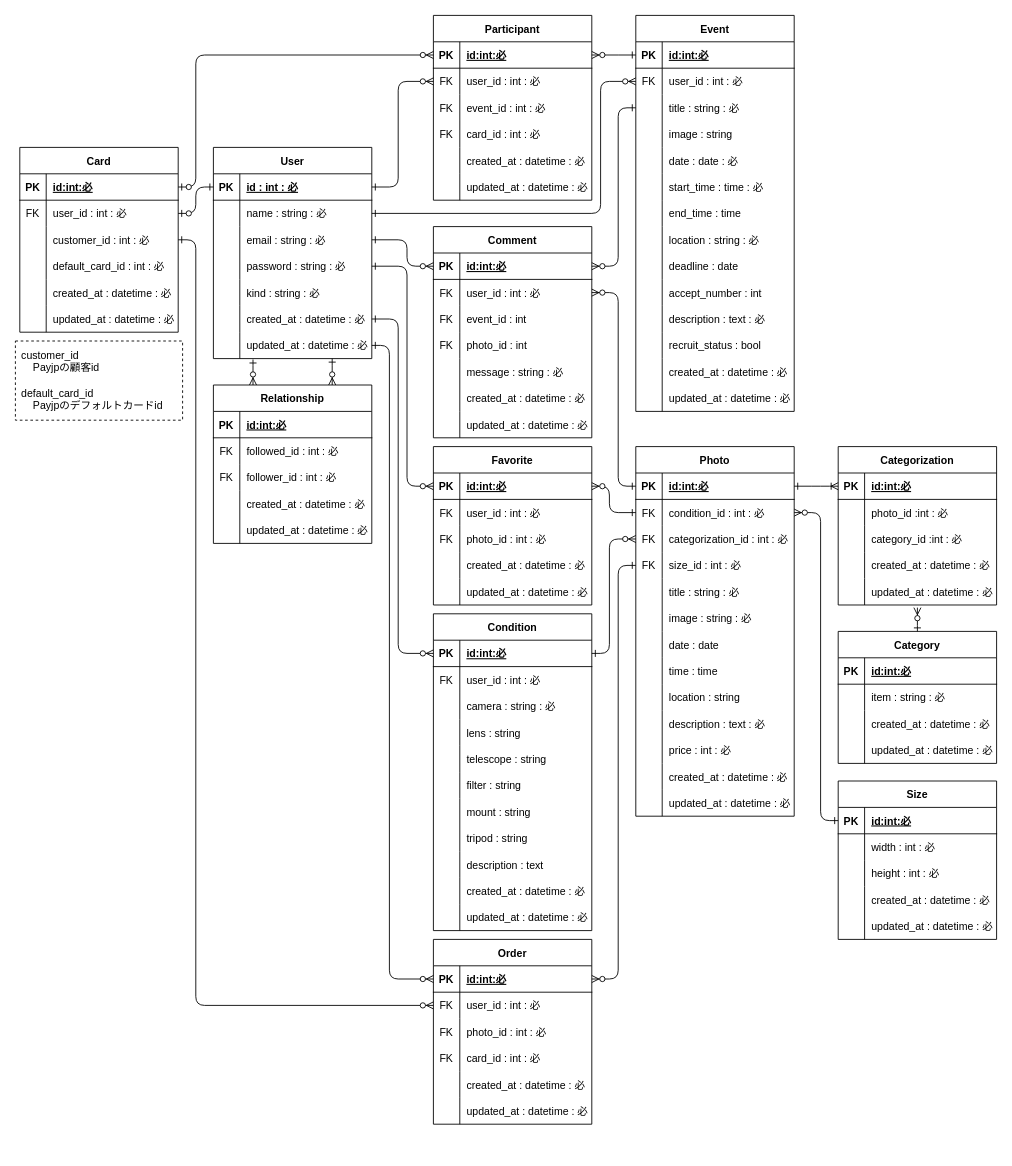
Above: outline/ERchart.drawio in UtaSuzuki/astrogram (draw.io), before the change. Source tidied: cells renumbered, new cells numbered last; positions are measured from the earlier drawing's top-left corner, leaving out a move shared by most shapes. Both pictures are drawn from the tidied source at 88%, with x=0, y=0 at pixel (15, 15).
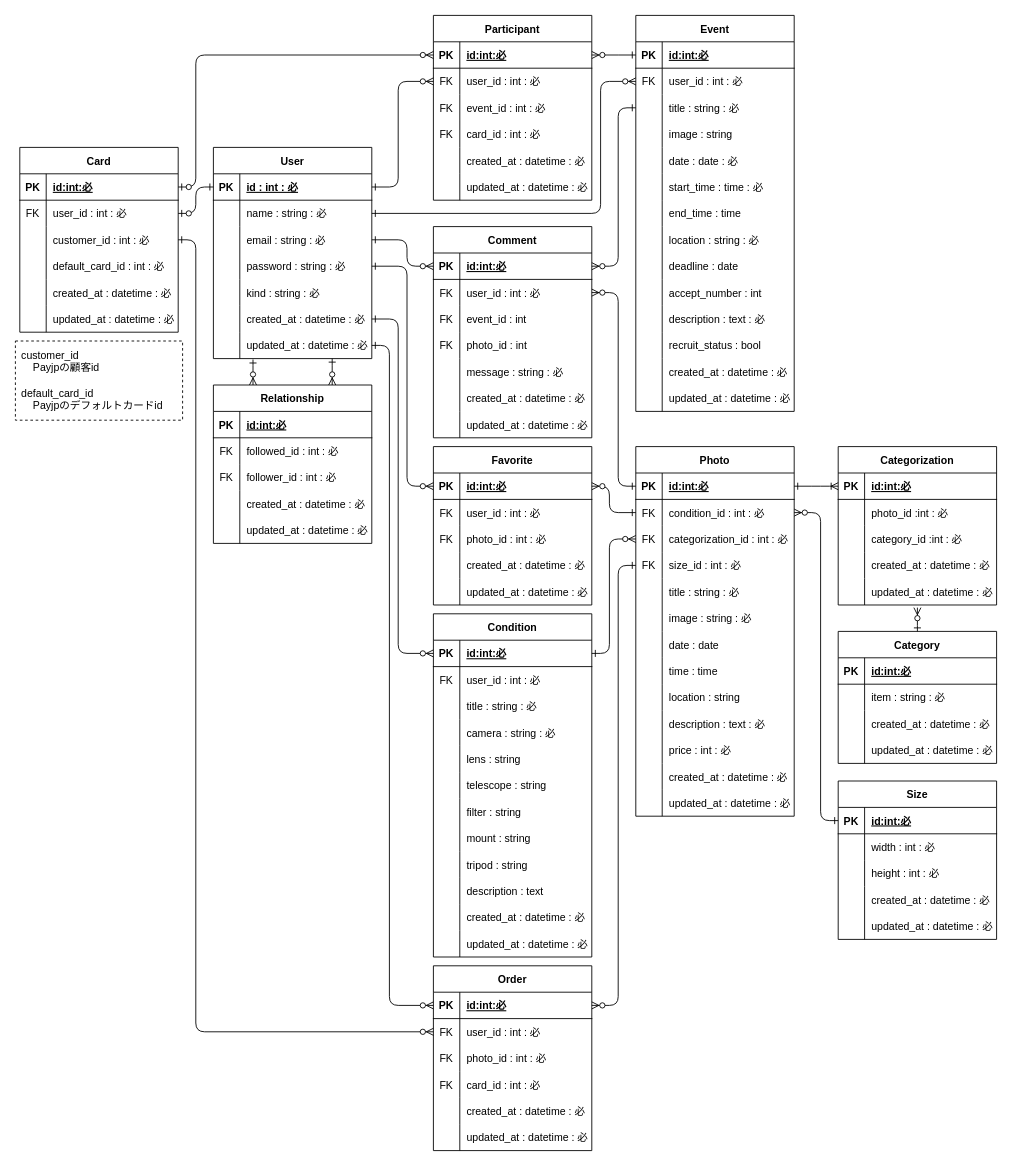
The same diagram, later.

Change to the diagram source:
```diff
@@
     <mxCell id="24" value="Condition" style="shape=table;startSize=30;childLayout=tableLayout;rowLines=0;fontStyle=1;align=center;" parent="1" vertex="1">
-      <mxGeometry x="475" y="680" width="180" height="360" as="geometry" />
+      <mxGeometry x="475" y="680" width="180" height="390" as="geometry" />
     </mxCell>
@@
+    <mxCell id="318" style="shape=partialRectangle;fillColor=none;top=0;left=0;bottom=0;right=0;" parent="24" vertex="1">
+      <mxGeometry y="90" width="180" height="30" as="geometry" />
+    </mxCell>
+    <mxCell id="319" style="shape=partialRectangle;fillColor=none;top=0;left=0;bottom=0;right=0;overflow=hidden;" parent="318" vertex="1">
+      <mxGeometry width="30" height="30" as="geometry" />
+    </mxCell>
+    <mxCell id="320" value="title : string : 必" style="shape=partialRectangle;fillColor=none;top=0;left=0;bottom=0;right=0;align=left;spacingLeft=6;overflow=hidden;" parent="318" vertex="1">
+      <mxGeometry x="30" width="150" height="30" as="geometry" />
+    </mxCell>
     <mxCell id="31" style="shape=partialRectangle;fillColor=none;top=0;left=0;bottom=0;right=0;" parent="24" vertex="1">
-      <mxGeometry y="90" width="180" height="30" as="geometry" />
+      <mxGeometry y="120" width="180" height="30" as="geometry" />
     </mxCell>
@@
     <mxCell id="34" style="shape=partialRectangle;fillColor=none;top=0;left=0;bottom=0;right=0;" parent="24" vertex="1">
-      <mxGeometry y="120" width="180" height="30" as="geometry" />
+      <mxGeometry y="150" width="180" height="30" as="geometry" />
     </mxCell>
@@
     <mxCell id="37" style="shape=partialRectangle;fillColor=none;top=0;left=0;bottom=0;right=0;" parent="24" vertex="1">
-      <mxGeometry y="150" width="180" height="30" as="geometry" />
+      <mxGeometry y="180" width="180" height="30" as="geometry" />
     </mxCell>
@@
     <mxCell id="40" style="shape=partialRectangle;fillColor=none;top=0;left=0;bottom=0;right=0;" parent="24" vertex="1">
-      <mxGeometry y="180" width="180" height="30" as="geometry" />
+      <mxGeometry y="210" width="180" height="30" as="geometry" />
     </mxCell>
@@
     <mxCell id="43" style="shape=partialRectangle;fillColor=none;top=0;left=0;bottom=0;right=0;" parent="24" vertex="1">
-      <mxGeometry y="210" width="180" height="30" as="geometry" />
+      <mxGeometry y="240" width="180" height="30" as="geometry" />
     </mxCell>
@@
     <mxCell id="46" style="shape=partialRectangle;fillColor=none;top=0;left=0;bottom=0;right=0;" parent="24" vertex="1">
-      <mxGeometry y="240" width="180" height="30" as="geometry" />
+      <mxGeometry y="270" width="180" height="30" as="geometry" />
     </mxCell>
@@
     <mxCell id="49" style="shape=partialRectangle;fillColor=none;top=0;left=0;bottom=0;right=0;" parent="24" vertex="1">
-      <mxGeometry y="270" width="180" height="30" as="geometry" />
+      <mxGeometry y="300" width="180" height="30" as="geometry" />
     </mxCell>
@@
     <mxCell id="52" style="shape=partialRectangle;fillColor=none;top=0;left=0;bottom=0;right=0;" parent="24" vertex="1">
-      <mxGeometry y="300" width="180" height="30" as="geometry" />
+      <mxGeometry y="330" width="180" height="30" as="geometry" />
     </mxCell>
@@
     <mxCell id="55" style="shape=partialRectangle;fillColor=none;top=0;left=0;bottom=0;right=0;" parent="24" vertex="1">
-      <mxGeometry y="330" width="180" height="30" as="geometry" />
+      <mxGeometry y="360" width="180" height="30" as="geometry" />
     </mxCell>
@@
     <mxCell id="186" value="Order" style="shape=table;startSize=30;childLayout=tableLayout;rowLines=0;fontStyle=1;align=center;" parent="1" vertex="1">
-      <mxGeometry x="475" y="1050" width="180" height="210" as="geometry" />
+      <mxGeometry x="475" y="1080" width="180" height="210" as="geometry" />
     </mxCell>
```
